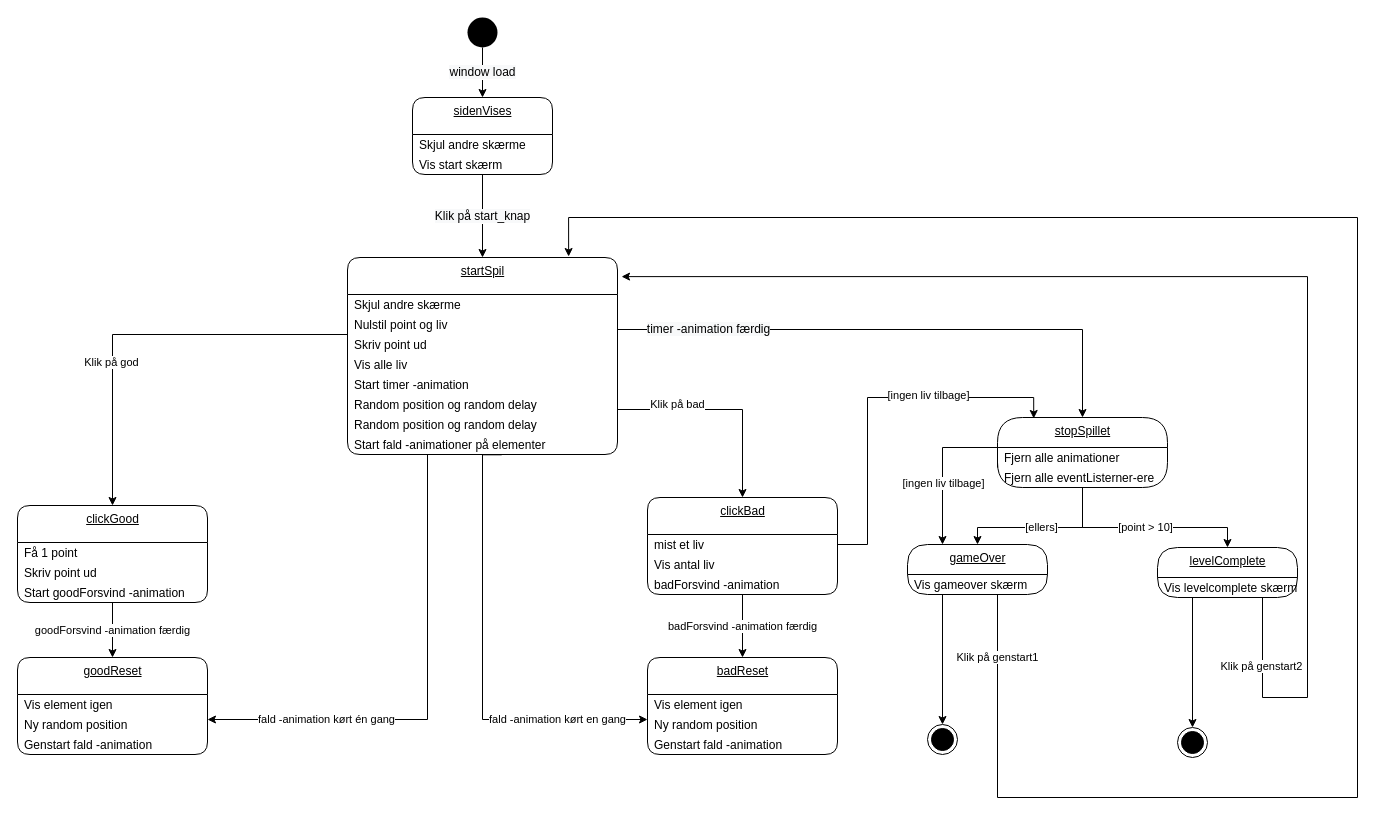
Earlier version of the draw.io diagram diagrammer/statemachinediagram.drawio (fili5863/Passion). Source tidied: cells renumbered, new cells numbered last; positions are measured from the earlier drawing's top-left corner, leaving out a move shared by most shapes. Both pictures are drawn from the tidied source at 100%, with x=0, y=0 at pixel (17, 17).
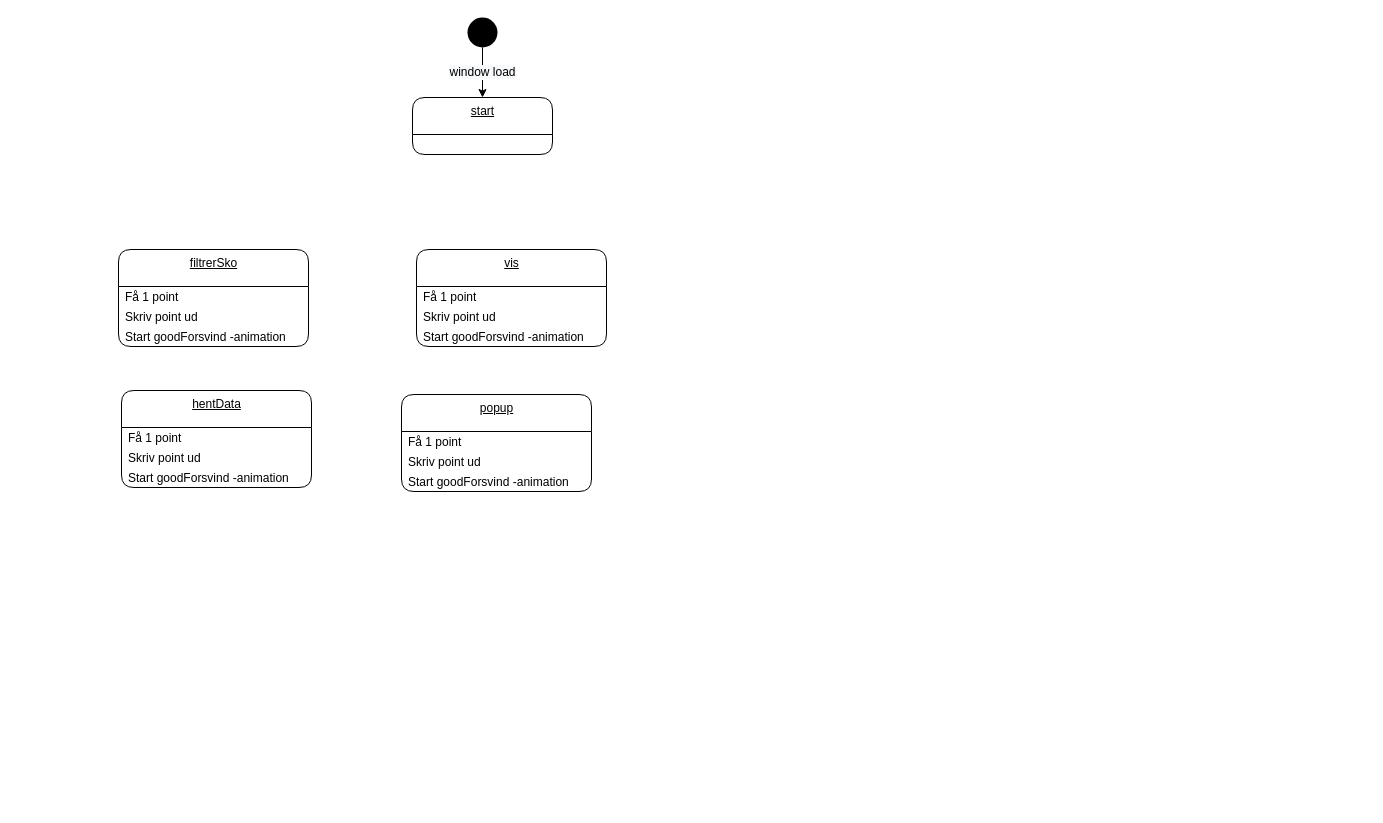
Above is the later version.

Commit message (it also covers changes not shown here):
Ændring i diagram

The edit, as a diff of the source:
```diff
@@
-    <mxCell id="4" value="startSpil" style="swimlane;fontStyle=4;align=center;verticalAlign=top;horizontal=1;startSize=37;html=1;rounded=1;absoluteArcSize=1;arcSize=25;" parent="1" vertex="1">
-      <mxGeometry x="330" y="240" width="270" height="197" as="geometry" />
-    </mxCell>
-    <mxCell id="5" value="Skjul andre skærme" style="fillColor=none;strokeColor=none;align=left;verticalAlign=middle;spacingLeft=5;" parent="4" vertex="1">
-      <mxGeometry y="37" width="270" height="20" as="geometry" />
-    </mxCell>
-    <mxCell id="6" value="Nulstil point og liv" style="fillColor=none;strokeColor=none;align=left;verticalAlign=middle;spacingLeft=5;" parent="4" vertex="1">
-      <mxGeometry y="57" width="270" height="20" as="geometry" />
-    </mxCell>
-    <mxCell id="7" value="Skriv point ud" style="fillColor=none;strokeColor=none;align=left;verticalAlign=middle;spacingLeft=5;" parent="4" vertex="1">
-      <mxGeometry y="77" width="270" height="20" as="geometry" />
-    </mxCell>
-    <mxCell id="8" value="Vis alle liv" style="fillColor=none;strokeColor=none;align=left;verticalAlign=middle;spacingLeft=5;" parent="4" vertex="1">
-      <mxGeometry y="97" width="270" height="20" as="geometry" />
-    </mxCell>
-    <mxCell id="9" value="Start timer -animation" style="fillColor=none;strokeColor=none;align=left;verticalAlign=middle;spacingLeft=5;" parent="4" vertex="1">
-      <mxGeometry y="117" width="270" height="20" as="geometry" />
-    </mxCell>
-    <mxCell id="10" value="Random position og random delay" style="fillColor=none;strokeColor=none;align=left;verticalAlign=middle;spacingLeft=5;" parent="4" vertex="1">
-      <mxGeometry y="137" width="270" height="20" as="geometry" />
-    </mxCell>
-    <mxCell id="11" value="Random position og random delay" style="fillColor=none;strokeColor=none;align=left;verticalAlign=middle;spacingLeft=5;" parent="4" vertex="1">
-      <mxGeometry y="157" width="270" height="20" as="geometry" />
-    </mxCell>
-    <mxCell id="12" value="Start fald -animationer på elementer" style="fillColor=none;strokeColor=none;align=left;verticalAlign=middle;spacingLeft=5;" parent="4" vertex="1">
-      <mxGeometry y="177" width="270" height="20" as="geometry" />
-    </mxCell>
-    <mxCell id="13" value="&lt;span style=&quot;font-size: 12px ; background-color: rgb(248 , 249 , 250)&quot;&gt;Klik på start_knap&lt;/span&gt;" style="edgeStyle=orthogonalEdgeStyle;rounded=0;jettySize=auto;html=1;exitX=0.5;exitY=1;exitDx=0;exitDy=0;entryX=0.5;entryY=0;entryDx=0;entryDy=0;" parent="1" edge="1" source="20" target="4">
-      <mxGeometry relative="1" as="geometry" />
-    </mxCell>
-    <mxCell id="14" value="clickGood" style="swimlane;fontStyle=4;align=center;verticalAlign=top;horizontal=1;startSize=37;html=1;rounded=1;absoluteArcSize=1;arcSize=25;" parent="1" vertex="1">
-      <mxGeometry y="488" width="190" height="97" as="geometry" />
-    </mxCell>
-    <mxCell id="15" value="Få 1 point" style="fillColor=none;strokeColor=none;align=left;verticalAlign=middle;spacingLeft=5;" parent="14" vertex="1">
-      <mxGeometry y="37" width="190" height="20" as="geometry" />
-    </mxCell>
-    <mxCell id="16" value="Skriv point ud" style="fillColor=none;strokeColor=none;align=left;verticalAlign=middle;spacingLeft=5;" parent="14" vertex="1">
-      <mxGeometry y="57" width="190" height="20" as="geometry" />
-    </mxCell>
-    <mxCell id="17" value="Start goodForsvind -animation" style="fillColor=none;strokeColor=none;align=left;verticalAlign=middle;spacingLeft=5;" parent="14" vertex="1">
-      <mxGeometry y="77" width="190" height="20" as="geometry" />
-    </mxCell>
-    <mxCell id="18" value="sidenVises" style="swimlane;fontStyle=4;align=center;verticalAlign=top;horizontal=1;startSize=37;html=1;rounded=1;absoluteArcSize=1;arcSize=25;" parent="1" vertex="1">
-      <mxGeometry x="395" y="80" width="140" height="77" as="geometry" />
+    <mxCell id="18" value="start" style="swimlane;fontStyle=4;align=center;verticalAlign=top;horizontal=1;startSize=37;html=1;rounded=1;absoluteArcSize=1;arcSize=25;" parent="1" vertex="1">
+      <mxGeometry x="395" y="80" width="140" height="57" as="geometry" />
     </mxCell>
-    <mxCell id="19" value="Skjul andre skærme" style="fillColor=none;strokeColor=none;align=left;verticalAlign=middle;spacingLeft=5;" parent="18" vertex="1">
-      <mxGeometry y="37" width="140" height="20" as="geometry" />
-    </mxCell>
-    <mxCell id="20" value="Vis start skærm" style="fillColor=none;strokeColor=none;align=left;verticalAlign=middle;spacingLeft=5;" parent="18" vertex="1">
-      <mxGeometry y="57" width="140" height="20" as="geometry" />
-    </mxCell>
-    <mxCell id="21" value="goodReset" style="swimlane;fontStyle=4;align=center;verticalAlign=top;horizontal=1;startSize=37;html=1;rounded=1;absoluteArcSize=1;arcSize=25;" parent="1" vertex="1">
-      <mxGeometry y="640" width="190" height="97" as="geometry" />
-    </mxCell>
-    <mxCell id="22" value="Vis element igen" style="fillColor=none;strokeColor=none;align=left;verticalAlign=middle;spacingLeft=5;" parent="21" vertex="1">
-      <mxGeometry y="37" width="190" height="20" as="geometry" />
-    </mxCell>
-    <mxCell id="23" value="Ny random position" style="fillColor=none;strokeColor=none;align=left;verticalAlign=middle;spacingLeft=5;" parent="21" vertex="1">
-      <mxGeometry y="57" width="190" height="20" as="geometry" />
-    </mxCell>
-    <mxCell id="24" value="Genstart fald -animation" style="fillColor=none;strokeColor=none;align=left;verticalAlign=middle;spacingLeft=5;" parent="21" vertex="1">
-      <mxGeometry y="77" width="190" height="20" as="geometry" />
-    </mxCell>
-    <mxCell id="25" value="goodForsvind -animation færdig" style="edgeStyle=orthogonalEdgeStyle;rounded=0;jettySize=auto;html=1;exitX=0.5;exitY=1;exitDx=0;exitDy=0;entryX=0.5;entryY=0;entryDx=0;entryDy=0;" parent="1" edge="1" source="17" target="21">
-      <mxGeometry relative="1" as="geometry" />
-    </mxCell>
-    <mxCell id="26" value="Klik på god" style="edgeStyle=orthogonalEdgeStyle;rounded=0;jettySize=auto;html=1;exitX=0;exitY=0;exitDx=0;exitDy=0;entryX=0.5;entryY=0;entryDx=0;entryDy=0;" parent="1" edge="1" source="8" target="14">
-      <mxGeometry x="0.33" relative="1" as="geometry">
-        <mxPoint x="-1" as="offset" />
-      </mxGeometry>
-    </mxCell>
-    <mxCell id="27" value="fald -animation kørt én gang" style="edgeStyle=orthogonalEdgeStyle;rounded=0;jettySize=auto;html=1;exitX=0.5;exitY=1;exitDx=0;exitDy=0;entryX=1;entryY=0.25;entryDx=0;entryDy=0;" parent="1" edge="1" source="12" target="23">
-      <mxGeometry x="0.56" relative="1" as="geometry">
-        <Array as="points">
-          <mxPoint x="410" y="437" />
-          <mxPoint x="410" y="702" />
-        </Array>
-      </mxGeometry>
-    </mxCell>
-    <mxCell id="28" value="clickBad" style="swimlane;fontStyle=4;align=center;verticalAlign=top;horizontal=1;startSize=37;html=1;rounded=1;absoluteArcSize=1;arcSize=25;" parent="1" vertex="1">
-      <mxGeometry x="630" y="480" width="190" height="97" as="geometry" />
-    </mxCell>
-    <mxCell id="29" value="mist et liv" style="fillColor=none;strokeColor=none;align=left;verticalAlign=middle;spacingLeft=5;" parent="28" vertex="1">
-      <mxGeometry y="37" width="190" height="20" as="geometry" />
-    </mxCell>
-    <mxCell id="30" value="Vis antal liv" style="fillColor=none;strokeColor=none;align=left;verticalAlign=middle;spacingLeft=5;" parent="28" vertex="1">
-      <mxGeometry y="57" width="190" height="20" as="geometry" />
-    </mxCell>
-    <mxCell id="31" value="badForsvind -animation" style="fillColor=none;strokeColor=none;align=left;verticalAlign=middle;spacingLeft=5;" parent="28" vertex="1">
-      <mxGeometry y="77" width="190" height="20" as="geometry" />
-    </mxCell>
-    <mxCell id="32" value="badReset" style="swimlane;fontStyle=4;align=center;verticalAlign=top;horizontal=1;startSize=37;html=1;rounded=1;absoluteArcSize=1;arcSize=25;" parent="1" vertex="1">
-      <mxGeometry x="630" y="640" width="190" height="97" as="geometry" />
-    </mxCell>
-    <mxCell id="33" value="Vis element igen" style="fillColor=none;strokeColor=none;align=left;verticalAlign=middle;spacingLeft=5;" parent="32" vertex="1">
-      <mxGeometry y="37" width="190" height="20" as="geometry" />
-    </mxCell>
-    <mxCell id="34" value="Ny random position" style="fillColor=none;strokeColor=none;align=left;verticalAlign=middle;spacingLeft=5;" parent="32" vertex="1">
-      <mxGeometry y="57" width="190" height="20" as="geometry" />
-    </mxCell>
-    <mxCell id="35" value="Genstart fald -animation" style="fillColor=none;strokeColor=none;align=left;verticalAlign=middle;spacingLeft=5;" parent="32" vertex="1">
-      <mxGeometry y="77" width="190" height="20" as="geometry" />
-    </mxCell>
-    <mxCell id="36" value="badForsvind -animation færdig" style="edgeStyle=orthogonalEdgeStyle;rounded=0;jettySize=auto;html=1;exitX=0.5;exitY=1;exitDx=0;exitDy=0;entryX=0.5;entryY=0;entryDx=0;entryDy=0;" parent="1" edge="1" source="31" target="32">
-      <mxGeometry relative="1" as="geometry" />
-    </mxCell>
-    <mxCell id="37" value="Klik på bad" style="edgeStyle=orthogonalEdgeStyle;rounded=0;jettySize=auto;html=1;exitX=1;exitY=0.75;exitDx=0;exitDy=0;entryX=0.5;entryY=0;entryDx=0;entryDy=0;" parent="1" edge="1" source="10" target="28">
-      <mxGeometry x="-0.44" y="5" relative="1" as="geometry" />
-    </mxCell>
-    <mxCell id="38" value="fald -animation kørt en gang" style="edgeStyle=orthogonalEdgeStyle;rounded=0;orthogonalLoop=1;jettySize=auto;html=1;exitX=0.571;exitY=1.013;exitDx=0;exitDy=0;entryX=0;entryY=0.25;entryDx=0;entryDy=0;exitPerimeter=0;" parent="1" edge="1">
-      <mxGeometry x="0.6" relative="1" as="geometry">
-        <mxPoint x="484.2" y="437.3" as="sourcePoint" />
-        <mxPoint x="630" y="702" as="targetPoint" />
-        <Array as="points">
-          <mxPoint x="465" y="437" />
-          <mxPoint x="465" y="702" />
-        </Array>
-      </mxGeometry>
-    </mxCell>
-    <mxCell id="39" value="&lt;span style=&quot;font-size: 12px ; background-color: rgb(248 , 249 , 250)&quot;&gt;timer -animation færdig&lt;/span&gt;" style="edgeStyle=orthogonalEdgeStyle;rounded=0;jettySize=auto;html=1;entryX=0.5;entryY=0;entryDx=0;entryDy=0;exitX=1;exitY=0.75;exitDx=0;exitDy=0;" parent="1" edge="1" source="6" target="40">
-      <mxGeometry x="-0.67" relative="1" as="geometry" />
-    </mxCell>
-    <mxCell id="40" value="stopSpillet" style="swimlane;fontStyle=4;align=center;verticalAlign=top;horizontal=1;startSize=30;html=1;rounded=1;absoluteArcSize=1;arcSize=50;" parent="1" vertex="1">
-      <mxGeometry x="980" y="400" width="170" height="70" as="geometry" />
-    </mxCell>
-    <mxCell id="41" value="Fjern alle animationer" style="fillColor=none;strokeColor=none;align=left;verticalAlign=middle;spacingLeft=5;" parent="40" vertex="1">
-      <mxGeometry y="30" width="170" height="20" as="geometry" />
-    </mxCell>
-    <mxCell id="42" value="Fjern alle eventListerner-ere" style="fillColor=none;strokeColor=none;align=left;verticalAlign=middle;spacingLeft=5;" parent="40" vertex="1">
-      <mxGeometry y="50" width="170" height="20" as="geometry" />
-    </mxCell>
-    <mxCell id="43" value="[point &amp;gt; 10]" style="edgeStyle=orthogonalEdgeStyle;rounded=0;jettySize=auto;html=1;exitX=0.5;exitY=1;exitDx=0;exitDy=0;entryX=0.5;entryY=0;entryDx=0;entryDy=0;" parent="1" edge="1" source="42" target="44">
-      <mxGeometry relative="1" as="geometry">
-        <Array as="points">
-          <mxPoint x="1065" y="510" />
-          <mxPoint x="1210" y="510" />
-        </Array>
-      </mxGeometry>
-    </mxCell>
-    <mxCell id="44" value="levelComplete" style="swimlane;fontStyle=4;align=center;verticalAlign=top;horizontal=1;startSize=30;html=1;rounded=1;absoluteArcSize=1;arcSize=92;" parent="1" vertex="1">
-      <mxGeometry x="1140" y="530" width="140" height="50" as="geometry" />
-    </mxCell>
-    <mxCell id="45" value="Vis levelcomplete skærm" style="fillColor=none;strokeColor=none;align=left;verticalAlign=middle;spacingLeft=5;" parent="44" vertex="1">
-      <mxGeometry y="30" width="140" height="20" as="geometry" />
-    </mxCell>
-    <mxCell id="46" style="edgeStyle=orthogonalEdgeStyle;rounded=0;jettySize=auto;html=1;exitX=0.25;exitY=1;exitDx=0;exitDy=0;entryX=0.5;entryY=0;entryDx=0;entryDy=0;" parent="1" edge="1" source="45" target="53">
-      <mxGeometry relative="1" as="geometry" />
-    </mxCell>
-    <mxCell id="47" value="gameOver" style="swimlane;fontStyle=4;align=center;verticalAlign=top;horizontal=1;startSize=30;html=1;rounded=1;absoluteArcSize=1;arcSize=92;" parent="1" vertex="1">
-      <mxGeometry x="890" y="527" width="140" height="50" as="geometry" />
-    </mxCell>
-    <mxCell id="48" value="Vis gameover skærm" style="fillColor=none;strokeColor=none;align=left;verticalAlign=middle;spacingLeft=5;" parent="47" vertex="1">
-      <mxGeometry y="30" width="140" height="20" as="geometry" />
-    </mxCell>
-    <mxCell id="49" value="[ellers]" style="edgeStyle=orthogonalEdgeStyle;rounded=0;jettySize=auto;html=1;exitX=0.5;exitY=1;exitDx=0;exitDy=0;entryX=0.5;entryY=0;entryDx=0;entryDy=0;" parent="1" edge="1" source="42" target="47">
-      <mxGeometry relative="1" as="geometry">
-        <Array as="points">
-          <mxPoint x="1065" y="510" />
-          <mxPoint x="960" y="510" />
-        </Array>
-      </mxGeometry>
-    </mxCell>
-    <mxCell id="50" style="edgeStyle=orthogonalEdgeStyle;rounded=0;jettySize=auto;html=1;exitX=0;exitY=0;exitDx=0;exitDy=0;entryX=0.25;entryY=0;entryDx=0;entryDy=0;" parent="1" edge="1" source="42" target="47">
-      <mxGeometry relative="1" as="geometry" />
-    </mxCell>
-    <mxCell id="51" value="[ingen liv tilbage]" style="edgeLabel;html=1;align=center;verticalAlign=middle;" parent="50" vertex="1">
-      <mxGeometry x="0.28" relative="1" as="geometry" />
-    </mxCell>
-    <mxCell id="52" style="ellipse;html=1;shape=endState;fillColor=#000000;strokeColor=#000000;" parent="1" vertex="1">
-      <mxGeometry x="910" y="707" width="30" height="30" as="geometry" />
-    </mxCell>
-    <mxCell id="53" style="ellipse;html=1;shape=endState;fillColor=#000000;strokeColor=#000000;" parent="1" vertex="1">
-      <mxGeometry x="1160" y="710" width="30" height="30" as="geometry" />
-    </mxCell>
-    <mxCell id="54" value="Klik på genstart1" style="edgeStyle=orthogonalEdgeStyle;rounded=0;jettySize=auto;html=1;exitX=0.75;exitY=1;exitDx=0;exitDy=0;entryX=0.819;entryY=-0.005;entryDx=0;entryDy=0;entryPerimeter=0;" parent="1" edge="1" source="48" target="4">
-      <mxGeometry x="-0.92" relative="1" as="geometry">
-        <Array as="points">
-          <mxPoint x="980" y="577" />
-          <mxPoint x="980" y="780" />
-          <mxPoint x="1340" y="780" />
-          <mxPoint x="1340" y="200" />
-          <mxPoint x="551" y="200" />
-        </Array>
-        <mxPoint y="-1" as="offset" />
-      </mxGeometry>
-    </mxCell>
-    <mxCell id="55" value="Klik på genstart2" style="edgeStyle=orthogonalEdgeStyle;rounded=0;jettySize=auto;html=1;exitX=0.75;exitY=1;exitDx=0;exitDy=0;entryX=1.015;entryY=0.097;entryDx=0;entryDy=0;entryPerimeter=0;" parent="1" edge="1" source="45" target="4">
-      <mxGeometry x="-0.89" relative="1" as="geometry">
-        <Array as="points">
-          <mxPoint x="1245" y="680" />
-          <mxPoint x="1290" y="680" />
-          <mxPoint x="1290" y="259" />
-        </Array>
-        <mxPoint x="-1" as="offset" />
-      </mxGeometry>
-    </mxCell>
-    <mxCell id="56" style="edgeStyle=orthogonalEdgeStyle;rounded=0;jettySize=auto;html=1;exitX=0.25;exitY=1;exitDx=0;exitDy=0;entryX=0.5;entryY=0;entryDx=0;entryDy=0;" parent="1" edge="1" source="48" target="52">
-      <mxGeometry relative="1" as="geometry" />
-    </mxCell>
-    <mxCell id="57" style="edgeStyle=orthogonalEdgeStyle;rounded=0;jettySize=auto;html=1;exitX=1;exitY=0.5;exitDx=0;exitDy=0;entryX=0.213;entryY=0.014;entryDx=0;entryDy=0;entryPerimeter=0;" parent="1" edge="1" source="29" target="40">
-      <mxGeometry relative="1" as="geometry">
-        <Array as="points">
-          <mxPoint x="850" y="527" />
-          <mxPoint x="850" y="380" />
-          <mxPoint x="1016" y="380" />
-        </Array>
-      </mxGeometry>
-    </mxCell>
-    <mxCell id="58" value="[ingen liv tilbage]" style="edgeLabel;html=1;align=center;verticalAlign=middle;" parent="57" vertex="1">
-      <mxGeometry y="1" relative="1" as="geometry">
-        <mxPoint x="55" y="-2" as="offset" />
-      </mxGeometry>
-    </mxCell>
+    <mxCell id="59" value="hentData" style="swimlane;fontStyle=4;align=center;verticalAlign=top;horizontal=1;startSize=37;html=1;rounded=1;absoluteArcSize=1;arcSize=25;" parent="1" vertex="1">
+      <mxGeometry x="104" y="373" width="190" height="97" as="geometry" />
+    </mxCell>
+    <mxCell id="60" value="Få 1 point" style="fillColor=none;strokeColor=none;align=left;verticalAlign=middle;spacingLeft=5;" parent="59" vertex="1">
+      <mxGeometry y="37" width="190" height="20" as="geometry" />
+    </mxCell>
+    <mxCell id="61" value="Skriv point ud" style="fillColor=none;strokeColor=none;align=left;verticalAlign=middle;spacingLeft=5;" parent="59" vertex="1">
+      <mxGeometry y="57" width="190" height="20" as="geometry" />
+    </mxCell>
+    <mxCell id="62" value="Start goodForsvind -animation" style="fillColor=none;strokeColor=none;align=left;verticalAlign=middle;spacingLeft=5;" parent="59" vertex="1">
+      <mxGeometry y="77" width="190" height="20" as="geometry" />
+    </mxCell>
+    <mxCell id="63" value="popup" style="swimlane;fontStyle=4;align=center;verticalAlign=top;horizontal=1;startSize=37;html=1;rounded=1;absoluteArcSize=1;arcSize=25;" parent="1" vertex="1">
+      <mxGeometry x="384" y="377" width="190" height="97" as="geometry" />
+    </mxCell>
+    <mxCell id="64" value="Få 1 point" style="fillColor=none;strokeColor=none;align=left;verticalAlign=middle;spacingLeft=5;" parent="63" vertex="1">
+      <mxGeometry y="37" width="190" height="20" as="geometry" />
+    </mxCell>
+    <mxCell id="65" value="Skriv point ud" style="fillColor=none;strokeColor=none;align=left;verticalAlign=middle;spacingLeft=5;" parent="63" vertex="1">
+      <mxGeometry y="57" width="190" height="20" as="geometry" />
+    </mxCell>
+    <mxCell id="66" value="Start goodForsvind -animation" style="fillColor=none;strokeColor=none;align=left;verticalAlign=middle;spacingLeft=5;" parent="63" vertex="1">
+      <mxGeometry y="77" width="190" height="20" as="geometry" />
+    </mxCell>
+    <mxCell id="67" value="vis" style="swimlane;fontStyle=4;align=center;verticalAlign=top;horizontal=1;startSize=37;html=1;rounded=1;absoluteArcSize=1;arcSize=25;" parent="1" vertex="1">
+      <mxGeometry x="399" y="232" width="190" height="97" as="geometry" />
+    </mxCell>
+    <mxCell id="68" value="Få 1 point" style="fillColor=none;strokeColor=none;align=left;verticalAlign=middle;spacingLeft=5;" parent="67" vertex="1">
+      <mxGeometry y="37" width="190" height="20" as="geometry" />
+    </mxCell>
+    <mxCell id="69" value="Skriv point ud" style="fillColor=none;strokeColor=none;align=left;verticalAlign=middle;spacingLeft=5;" parent="67" vertex="1">
+      <mxGeometry y="57" width="190" height="20" as="geometry" />
+    </mxCell>
+    <mxCell id="70" value="Start goodForsvind -animation" style="fillColor=none;strokeColor=none;align=left;verticalAlign=middle;spacingLeft=5;" parent="67" vertex="1">
+      <mxGeometry y="77" width="190" height="20" as="geometry" />
+    </mxCell>
+    <mxCell id="71" value="filtrerSko" style="swimlane;fontStyle=4;align=center;verticalAlign=top;horizontal=1;startSize=37;html=1;rounded=1;absoluteArcSize=1;arcSize=25;" parent="1" vertex="1">
+      <mxGeometry x="101" y="232" width="190" height="97" as="geometry" />
+    </mxCell>
+    <mxCell id="72" value="Få 1 point" style="fillColor=none;strokeColor=none;align=left;verticalAlign=middle;spacingLeft=5;" parent="71" vertex="1">
+      <mxGeometry y="37" width="190" height="20" as="geometry" />
+    </mxCell>
+    <mxCell id="73" value="Skriv point ud" style="fillColor=none;strokeColor=none;align=left;verticalAlign=middle;spacingLeft=5;" parent="71" vertex="1">
+      <mxGeometry y="57" width="190" height="20" as="geometry" />
+    </mxCell>
+    <mxCell id="74" value="Start goodForsvind -animation" style="fillColor=none;strokeColor=none;align=left;verticalAlign=middle;spacingLeft=5;" parent="71" vertex="1">
+      <mxGeometry y="77" width="190" height="20" as="geometry" />
+    </mxCell>
```
